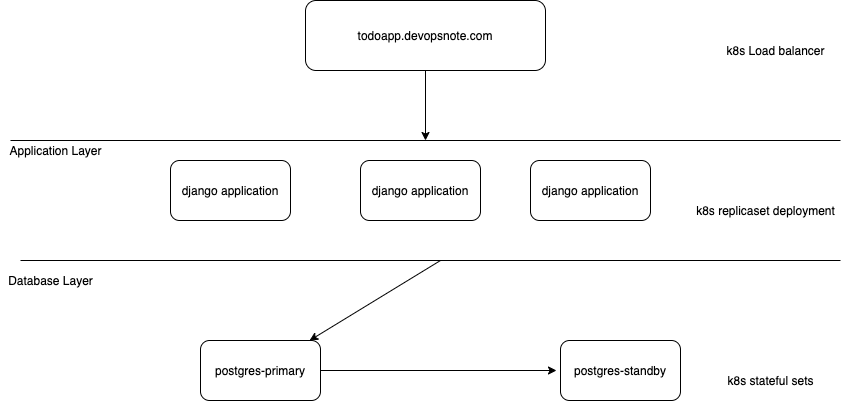
The draw.io diagram todoapp/todoapp.png in harmansethi92/todoapp, before a commit. Source tidied: cells renumbered, new cells last; positions are measured from the earlier drawing's top-left corner, leaving out a move shared by most shapes.
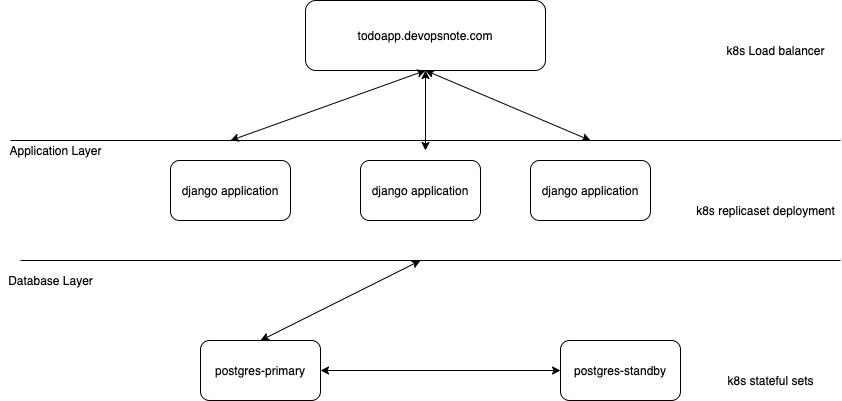
After the change.

What changed in the source:
```diff
@@ -5,11 +5,6 @@
     <mxCell id="2" value="todoapp.devopsnote.com" style="rounded=1;whiteSpace=wrap;html=1;" parent="1" vertex="1">
       <mxGeometry x="305" width="240" height="70" as="geometry" />
     </mxCell>
-    <mxCell id="3" style="endArrow=classic;html=1;exitX=0.5;exitY=1;exitDx=0;exitDy=0;" parent="1" edge="1" source="2">
-      <mxGeometry relative="1" as="geometry">
-        <mxPoint x="425" y="140" as="targetPoint" />
-      </mxGeometry>
-    </mxCell>
     <mxCell id="4" value="k8s Load balancer" style="text;html=1;align=center;verticalAlign=middle;" parent="1" vertex="1">
       <mxGeometry x="720" y="40" width="110" height="20" as="geometry" />
     </mxCell>
@@ -37,22 +32,12 @@
         <mxPoint x="840" y="260" as="targetPoint" />
       </mxGeometry>
     </mxCell>
-    <mxCell id="11" style="endArrow=classic;html=1;" parent="1" edge="1" target="12">
-      <mxGeometry relative="1" as="geometry">
-        <mxPoint x="440" y="260" as="sourcePoint" />
-      </mxGeometry>
-    </mxCell>
     <mxCell id="12" value="postgres-primary" style="rounded=1;whiteSpace=wrap;html=1;" parent="1" vertex="1">
       <mxGeometry x="200" y="340" width="120" height="60" as="geometry" />
     </mxCell>
     <mxCell id="13" value="postgres-standby" style="rounded=1;whiteSpace=wrap;html=1;" parent="1" vertex="1">
       <mxGeometry x="560" y="340" width="120" height="60" as="geometry" />
     </mxCell>
-    <mxCell id="14" style="endArrow=classic;html=1;exitX=1;exitY=0.5;exitDx=0;exitDy=0;" parent="1" edge="1" source="12">
-      <mxGeometry relative="1" as="geometry">
-        <mxPoint x="556" y="370" as="targetPoint" />
-      </mxGeometry>
-    </mxCell>
     <mxCell id="15" value="k8s stateful sets" style="text;html=1;align=center;verticalAlign=middle;" parent="1" vertex="1">
       <mxGeometry x="720" y="370" width="100" height="20" as="geometry" />
     </mxCell>
@@ -62,5 +47,28 @@
     <mxCell id="17" value="Application Layer" style="text;html=1;align=center;verticalAlign=middle;" parent="1" vertex="1">
       <mxGeometry y="140" width="110" height="20" as="geometry" />
     </mxCell>
+    <mxCell id="18" style="endArrow=classic;startArrow=classic;html=1;entryX=0.5;entryY=1;entryDx=0;entryDy=0;" parent="1" edge="1" target="2">
+      <mxGeometry relative="1" as="geometry">
+        <mxPoint x="425" y="150" as="sourcePoint" />
+      </mxGeometry>
+    </mxCell>
+    <mxCell id="19" style="endArrow=classic;startArrow=classic;html=1;entryX=0.5;entryY=1;entryDx=0;entryDy=0;" parent="1" edge="1" target="2">
+      <mxGeometry relative="1" as="geometry">
+        <mxPoint x="230" y="140" as="sourcePoint" />
+      </mxGeometry>
+    </mxCell>
+    <mxCell id="20" style="endArrow=classic;startArrow=classic;html=1;entryX=0.5;entryY=1;entryDx=0;entryDy=0;" parent="1" edge="1" target="2">
+      <mxGeometry relative="1" as="geometry">
+        <mxPoint x="590" y="140" as="sourcePoint" />
+      </mxGeometry>
+    </mxCell>
+    <mxCell id="21" style="endArrow=classic;startArrow=classic;html=1;exitX=0.5;exitY=0;exitDx=0;exitDy=0;" parent="1" edge="1" source="12">
+      <mxGeometry relative="1" as="geometry">
+        <mxPoint x="420" y="260" as="targetPoint" />
+      </mxGeometry>
+    </mxCell>
+    <mxCell id="22" style="endArrow=classic;startArrow=classic;html=1;entryX=1;entryY=0.5;entryDx=0;entryDy=0;exitX=0;exitY=0.5;exitDx=0;exitDy=0;" parent="1" edge="1" source="13" target="12">
+      <mxGeometry relative="1" as="geometry" />
+    </mxCell>
   </root>
 </mxGraphModel>
```
